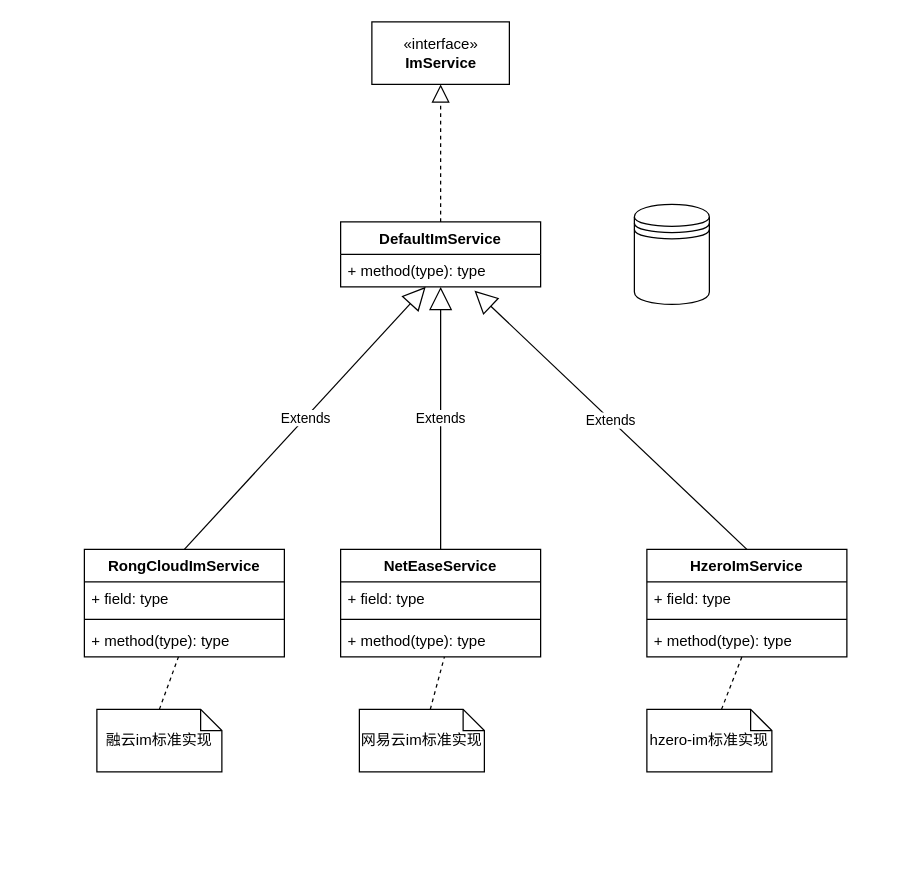
Above: hippius-im.drawio in eru97/draw-io (draw.io), before the change. Source tidied: cells renumbered, new cells numbered last; positions are measured from the earlier drawing's top-left corner, leaving out a move shared by most shapes. Both pictures are drawn from the tidied source at 125%, with x=0, y=0 at pixel (84, 21).
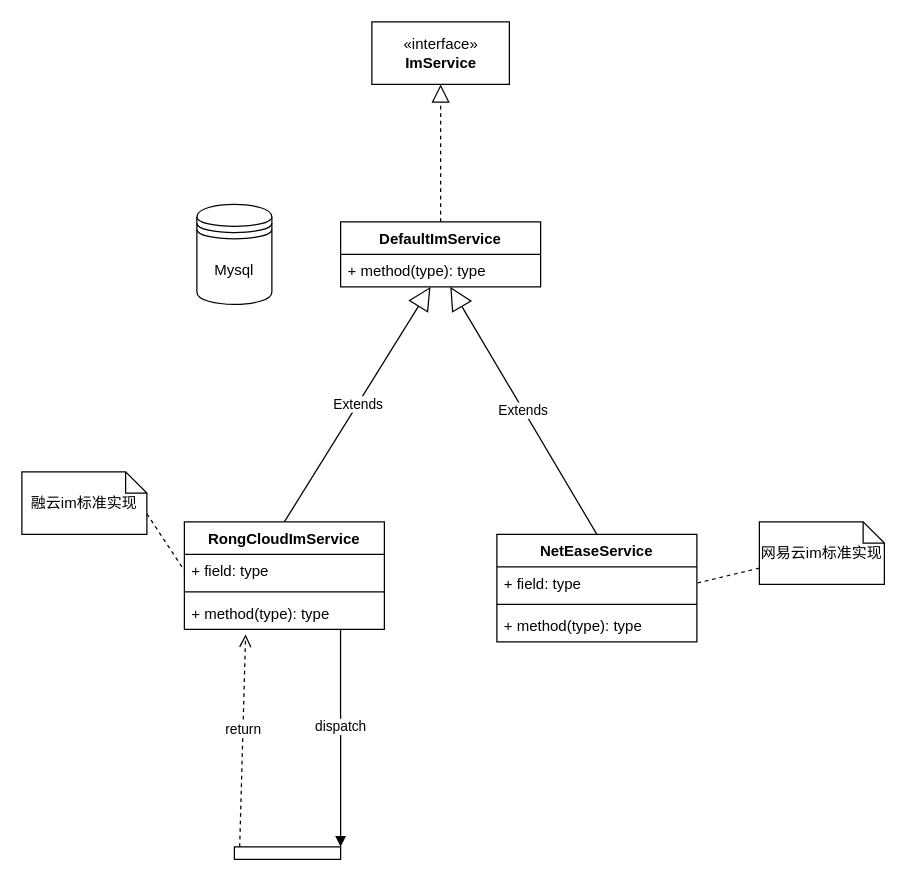
Above is the later version.

The change refers to these unchanged cells:
```xml
<mxCell id="4" value="+ method(type): type" style="text;strokeColor=none;fillColor=none;align=left;verticalAlign=top;spacingLeft=4;spacingRight=4;overflow=hidden;points=[[0,0.5],[1,0.5]];portConstraint=eastwest;" parent="3" vertex="1">
  <mxGeometry y="26" width="160" height="26" as="geometry" />
</mxCell>
<mxCell id="7" value="+ field: type" style="text;strokeColor=none;fillColor=none;align=left;verticalAlign=top;spacingLeft=4;spacingRight=4;overflow=hidden;points=[[0,0.5],[1,0.5]];portConstraint=eastwest;" parent="6" vertex="1">
  <mxGeometry y="26" width="160" height="26" as="geometry" />
</mxCell>
<mxCell id="9" value="+ method(type): type" style="text;strokeColor=none;fillColor=none;align=left;verticalAlign=top;spacingLeft=4;spacingRight=4;overflow=hidden;points=[[0,0.5],[1,0.5]];portConstraint=eastwest;" parent="6" vertex="1">
  <mxGeometry y="60" width="160" height="26" as="geometry" />
</mxCell>
<mxCell id="11" value="+ field: type" style="text;strokeColor=none;fillColor=none;align=left;verticalAlign=top;spacingLeft=4;spacingRight=4;overflow=hidden;points=[[0,0.5],[1,0.5]];portConstraint=eastwest;" parent="10" vertex="1">
  <mxGeometry y="26" width="160" height="26" as="geometry" />
</mxCell>
<mxCell id="13" value="+ method(type): type" style="text;strokeColor=none;fillColor=none;align=left;verticalAlign=top;spacingLeft=4;spacingRight=4;overflow=hidden;points=[[0,0.5],[1,0.5]];portConstraint=eastwest;" parent="10" vertex="1">
  <mxGeometry y="60" width="160" height="26" as="geometry" />
</mxCell>
```

What changed in the source:
```diff
@@
     <mxCell id="6" value="RongCloudImService" style="swimlane;fontStyle=1;align=center;verticalAlign=top;horizontal=1;startSize=26;" parent="1" vertex="1">
-      <mxGeometry y="422" width="160" height="86" as="geometry" />
+      <mxGeometry x="80" y="400" width="160" height="86" as="geometry" />
     </mxCell>
@@
     <mxCell id="10" value="NetEaseService" style="swimlane;fontStyle=1;align=center;verticalAlign=top;horizontal=1;startSize=26;" parent="1" vertex="1">
-      <mxGeometry x="205" y="422" width="160" height="86" as="geometry" />
+      <mxGeometry x="330" y="410" width="160" height="86" as="geometry" />
     </mxCell>
@@
-    <mxCell id="14" value="HzeroImService" style="swimlane;fontStyle=1;align=center;verticalAlign=top;horizontal=1;startSize=26;" parent="1" vertex="1">
-      <mxGeometry x="450" y="422" width="160" height="86" as="geometry" />
-    </mxCell>
-    <mxCell id="15" value="+ field: type" style="text;strokeColor=none;fillColor=none;align=left;verticalAlign=top;spacingLeft=4;spacingRight=4;overflow=hidden;" parent="14" vertex="1">
-      <mxGeometry y="26" width="160" height="26" as="geometry" />
-    </mxCell>
-    <mxCell id="16" style="line;strokeWidth=1;fillColor=none;align=left;verticalAlign=middle;spacingTop=-1;spacingLeft=3;spacingRight=3;labelPosition=right;" parent="14" vertex="1">
-      <mxGeometry y="52" width="160" height="8" as="geometry" />
-    </mxCell>
-    <mxCell id="17" value="+ method(type): type" style="text;strokeColor=none;fillColor=none;align=left;verticalAlign=top;spacingLeft=4;spacingRight=4;overflow=hidden;points=[[0,0.5],[1,0.5]];portConstraint=eastwest;" parent="14" vertex="1">
-      <mxGeometry y="60" width="160" height="26" as="geometry" />
-    </mxCell>
@@
-    <mxCell id="20" value="Extends" style="endArrow=block;endSize=16;endFill=0;html=1;exitX=0.5;exitY=0;exitDx=0;exitDy=0;entryX=0.669;entryY=1.115;entryDx=0;entryDy=0;entryPerimeter=0;" parent="1" edge="1" source="14" target="4">
-      <mxGeometry relative="1" as="geometry" />
-    </mxCell>
     <mxCell id="21" value="融云im标准实现" style="shape=note;whiteSpace=wrap;size=17;" parent="1" vertex="1">
-      <mxGeometry x="10" y="550" width="100" height="50" as="geometry" />
+      <mxGeometry x="-50" y="360" width="100" height="50" as="geometry" />
     </mxCell>
     <mxCell id="22" value="网易云im标准实现" style="shape=note;whiteSpace=wrap;size=17;" parent="1" vertex="1">
-      <mxGeometry x="220" y="550" width="100" height="50" as="geometry" />
+      <mxGeometry x="540" y="400" width="100" height="50" as="geometry" />
     </mxCell>
-    <mxCell id="23" value="hzero-im标准实现" style="shape=note;whiteSpace=wrap;size=17;" parent="1" vertex="1">
-      <mxGeometry x="450" y="550" width="100" height="50" as="geometry" />
-    </mxCell>
-    <mxCell id="24" style="endArrow=none;endFill=0;rounded=0;dashed=1;exitX=0.5;exitY=0;exitDx=0;exitDy=0;exitPerimeter=0;" parent="1" edge="1" source="21" target="9">
+    <mxCell id="24" style="endArrow=none;endFill=0;rounded=0;dashed=1;entryX=0;entryY=0.5;entryDx=0;entryDy=0;exitX=0;exitY=0;exitDx=100;exitDy=33.5;exitPerimeter=0;" parent="1" edge="1" source="21" target="7">
       <mxGeometry relative="1" as="geometry" />
     </mxCell>
-    <mxCell id="25" style="endArrow=none;endFill=0;rounded=0;dashed=1;entryX=0.475;entryY=1;entryDx=0;entryDy=0;entryPerimeter=0;" parent="1" edge="1" source="23" target="17">
-      <mxGeometry relative="1" as="geometry" />
-    </mxCell>
-    <mxCell id="26" style="endArrow=none;endFill=0;rounded=0;dashed=1;entryX=0.519;entryY=1;entryDx=0;entryDy=0;entryPerimeter=0;" parent="1" edge="1" source="22" target="13">
+    <mxCell id="26" style="endArrow=none;endFill=0;rounded=0;dashed=1;entryX=1;entryY=0.5;entryDx=0;entryDy=0;" parent="1" edge="1" source="22" target="11">
       <mxGeometry relative="1" as="geometry" />
     </mxCell>
-    <mxCell id="27" style="shape=datastore;whiteSpace=wrap;html=1;" parent="1" vertex="1">
-      <mxGeometry x="440" y="146" width="60" height="80" as="geometry" />
+    <mxCell id="27" value="Mysql" style="shape=datastore;whiteSpace=wrap;html=1;" parent="1" vertex="1">
+      <mxGeometry x="90" y="146" width="60" height="80" as="geometry" />
     </mxCell>
+    <mxCell id="28" style="html=1;points=[];perimeter=orthogonalPerimeter;direction=south;" parent="1" vertex="1">
+      <mxGeometry x="120" y="660" width="85" height="10" as="geometry" />
+    </mxCell>
+    <mxCell id="29" value="dispatch" style="html=1;verticalAlign=bottom;endArrow=block;entryX=0;entryY=0;strokeColor=#000000;exitX=0.781;exitY=1;exitDx=0;exitDy=0;exitPerimeter=0;" parent="1" edge="1" source="9" target="28">
+      <mxGeometry relative="1" as="geometry" />
+    </mxCell>
+    <mxCell id="30" value="return" style="html=1;verticalAlign=bottom;endArrow=open;dashed=1;endSize=8;exitX=0;exitY=0.95;strokeColor=#000000;" parent="1" edge="1" source="28">
+      <mxGeometry relative="1" as="geometry">
+        <mxPoint x="129" y="490" as="targetPoint" />
+      </mxGeometry>
+    </mxCell>
```
